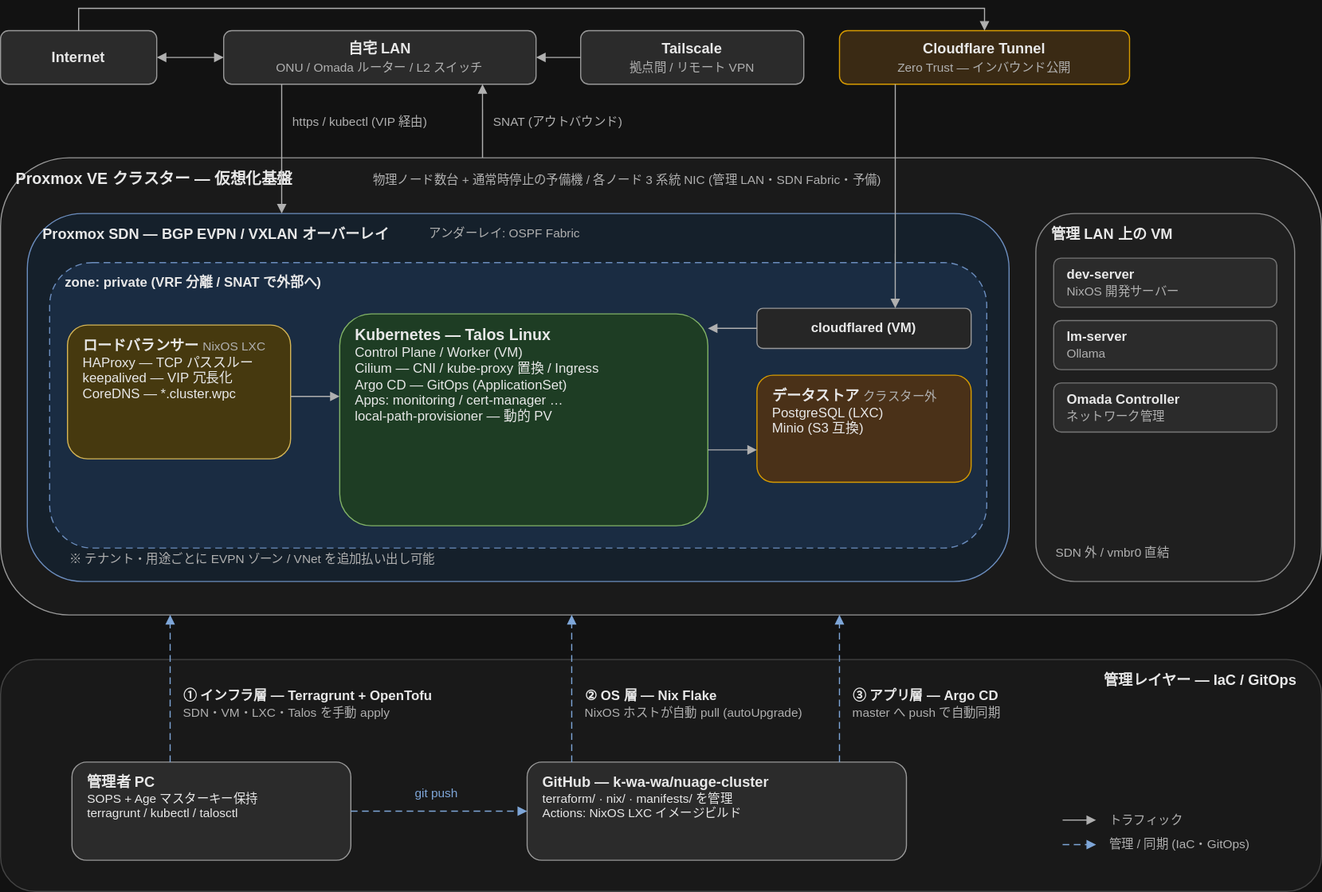
Earlier version of the draw.io export docs/architecture-overview.drawio.svg (k-wa-wa/nuage-cluster). Source tidied: cells renumbered, new cells last; positions are measured from the earlier drawing's top-left corner, leaving out a move shared by most shapes. Its diagram source:
```xml
<mxGraphModel background="#121212">
  <root>
    <mxCell id="0" />
    <mxCell id="1" parent="0" />
    <mxCell id="2" value="&lt;b&gt;Internet&lt;/b&gt;" style="rounded=1;whiteSpace=wrap;html=1;fillColor=#2b2b2b;strokeColor=#999999;fontColor=#e8e8e8;fontSize=13;" parent="1" vertex="1">
      <mxGeometry y="20" width="140" height="48" as="geometry" />
    </mxCell>
    <mxCell id="3" value="&lt;b&gt;自宅 LAN&lt;/b&gt;&lt;br&gt;&lt;font style=&quot;font-size:11px&quot; color=&quot;#b0b0b0&quot;&gt;ONU / Omada ルーター / L2 スイッチ&lt;/font&gt;" style="rounded=1;whiteSpace=wrap;html=1;fillColor=#2b2b2b;strokeColor=#999999;fontColor=#e8e8e8;fontSize=13;" parent="1" vertex="1">
      <mxGeometry x="200" y="20" width="280" height="48" as="geometry" />
    </mxCell>
    <mxCell id="4" value="&lt;b&gt;Tailscale&lt;/b&gt;&lt;br&gt;&lt;font style=&quot;font-size:11px&quot; color=&quot;#b0b0b0&quot;&gt;拠点間 / リモート VPN&lt;/font&gt;" style="rounded=1;whiteSpace=wrap;html=1;fillColor=#2b2b2b;strokeColor=#999999;fontColor=#e8e8e8;fontSize=13;" parent="1" vertex="1">
      <mxGeometry x="520" y="20" width="200" height="48" as="geometry" />
    </mxCell>
    <mxCell id="5" value="&lt;b&gt;Cloudflare Tunnel&lt;/b&gt;&lt;br&gt;&lt;font style=&quot;font-size:11px&quot; color=&quot;#b0b0b0&quot;&gt;Zero Trust — インバウンド公開&lt;/font&gt;" style="rounded=1;whiteSpace=wrap;html=1;fillColor=#3a2a14;strokeColor=#d79b00;fontColor=#e8e8e8;fontSize=13;" parent="1" vertex="1">
      <mxGeometry x="752" y="20" width="260" height="48" as="geometry" />
    </mxCell>
    <mxCell id="6" value="&lt;b&gt;Proxmox VE クラスター — 仮想化基盤&lt;/b&gt;" style="rounded=1;whiteSpace=wrap;html=1;fillColor=#1a1a1a;strokeColor=#999999;fontColor=#e8e8e8;fontSize=14;verticalAlign=top;align=left;spacingLeft=12;spacingTop=4;" parent="1" vertex="1">
      <mxGeometry y="134" width="1184" height="410" as="geometry" />
    </mxCell>
    <mxCell id="7" value="物理ノード数台 + 通常時停止の予備機 / 各ノード 3 系統 NIC (管理 LAN・SDN Fabric・予備)" style="text;html=1;strokeColor=none;fillColor=none;align=left;verticalAlign=middle;whiteSpace=wrap;fontColor=#b0b0b0;fontSize=11;" parent="1" vertex="1">
      <mxGeometry x="332" y="144" width="620" height="20" as="geometry" />
    </mxCell>
    <mxCell id="8" value="&lt;b&gt;Proxmox SDN — BGP EVPN / VXLAN オーバーレイ&lt;/b&gt;" style="rounded=1;whiteSpace=wrap;html=1;fillColor=#15202b;strokeColor=#6c8ebf;fontColor=#e8e8e8;fontSize=13;verticalAlign=top;align=left;spacingLeft=12;spacingTop=4;" parent="1" vertex="1">
      <mxGeometry x="24" y="184" width="880" height="330" as="geometry" />
    </mxCell>
    <mxCell id="9" value="アンダーレイ: OSPF Fabric" style="text;html=1;strokeColor=none;fillColor=none;align=left;verticalAlign=middle;whiteSpace=wrap;fontColor=#b0b0b0;fontSize=11;" parent="1" vertex="1">
      <mxGeometry x="382" y="192" width="250" height="20" as="geometry" />
    </mxCell>
    <mxCell id="10" value="&lt;b&gt;zone: private (VRF 分離 / SNAT で外部へ)&lt;/b&gt;" style="rounded=1;whiteSpace=wrap;html=1;fillColor=#1a2c42;strokeColor=#6c8ebf;fontColor=#e8e8e8;fontSize=12;verticalAlign=top;align=left;spacingLeft=12;spacingTop=4;dashed=1;dashPattern=6 4;" parent="1" vertex="1">
      <mxGeometry x="44" y="228" width="840" height="256" as="geometry" />
    </mxCell>
    <mxCell id="11" value="※ テナント・用途ごとに EVPN ゾーン / VNet を追加払い出し可能" style="text;html=1;strokeColor=none;fillColor=none;align=left;verticalAlign=middle;whiteSpace=wrap;fontColor=#b0b0b0;fontSize=11;" parent="1" vertex="1">
      <mxGeometry x="60" y="484" width="520" height="20" as="geometry" />
    </mxCell>
    <mxCell id="12" value="&lt;font style=&quot;font-size:13px&quot;&gt;&lt;b&gt;ロードバランサー&lt;/b&gt;&lt;/font&gt; &lt;font style=&quot;font-size:11px&quot; color=&quot;#b0b0b0&quot;&gt;NixOS LXC&lt;/font&gt;&lt;br&gt;HAProxy — TCP パススルー&lt;br&gt;keepalived — VIP 冗長化&lt;br&gt;CoreDNS — *.cluster.wpc" style="rounded=1;whiteSpace=wrap;html=1;fillColor=#46390f;strokeColor=#d6b656;fontColor=#e8e8e8;fontSize=12;verticalAlign=top;align=left;spacingLeft=12;spacingTop=4;" parent="1" vertex="1">
      <mxGeometry x="60" y="284" width="200" height="120" as="geometry" />
    </mxCell>
    <mxCell id="13" value="&lt;font style=&quot;font-size:14px&quot;&gt;&lt;b&gt;Kubernetes — Talos Linux&lt;/b&gt;&lt;/font&gt;&lt;br&gt;Control Plane / Worker (VM)&lt;br&gt;Cilium — CNI / kube-proxy 置換 / Ingress&lt;br&gt;Argo CD — GitOps (ApplicationSet)&lt;br&gt;Apps: monitoring / cert-manager …&lt;br&gt;local-path-provisioner — 動的 PV" style="rounded=1;whiteSpace=wrap;html=1;fillColor=#1e3d24;strokeColor=#82b366;fontColor=#e8e8e8;fontSize=12;verticalAlign=top;align=left;spacingLeft=12;spacingTop=4;" parent="1" vertex="1">
      <mxGeometry x="304" y="274" width="330" height="190" as="geometry" />
    </mxCell>
    <mxCell id="14" value="&lt;b&gt;cloudflared (VM)&lt;/b&gt;" style="rounded=1;whiteSpace=wrap;html=1;fillColor=#262626;strokeColor=#999999;fontColor=#e8e8e8;fontSize=12;" parent="1" vertex="1">
      <mxGeometry x="678" y="269" width="192" height="36" as="geometry" />
    </mxCell>
    <mxCell id="15" value="&lt;font style=&quot;font-size:13px&quot;&gt;&lt;b&gt;データストア&lt;/b&gt;&lt;/font&gt; &lt;font style=&quot;font-size:11px&quot; color=&quot;#b0b0b0&quot;&gt;クラスター外&lt;/font&gt;&lt;br&gt;PostgreSQL (LXC)&lt;br&gt;Minio (S3 互換)" style="rounded=1;whiteSpace=wrap;html=1;fillColor=#4a3118;strokeColor=#d79b00;fontColor=#e8e8e8;fontSize=12;verticalAlign=top;align=left;spacingLeft=12;spacingTop=4;" parent="1" vertex="1">
      <mxGeometry x="678" y="329" width="192" height="96" as="geometry" />
    </mxCell>
    <mxCell id="16" value="&lt;b&gt;管理 LAN 上の VM&lt;/b&gt;" style="rounded=1;whiteSpace=wrap;html=1;fillColor=#1f1f1f;strokeColor=#888888;fontColor=#e8e8e8;fontSize=13;verticalAlign=top;align=left;spacingLeft=12;spacingTop=4;" parent="1" vertex="1">
      <mxGeometry x="928" y="184" width="232" height="330" as="geometry" />
    </mxCell>
    <mxCell id="17" value="&lt;b&gt;dev-server&lt;/b&gt;&lt;br&gt;&lt;font style=&quot;font-size:11px&quot; color=&quot;#b0b0b0&quot;&gt;NixOS 開発サーバー&lt;/font&gt;" style="rounded=1;whiteSpace=wrap;html=1;fillColor=#2b2b2b;strokeColor=#777777;fontColor=#e8e8e8;fontSize=12;align=left;spacingLeft=10;" parent="1" vertex="1">
      <mxGeometry x="944" y="224" width="200" height="44" as="geometry" />
    </mxCell>
    <mxCell id="18" value="&lt;b&gt;lm-server&lt;/b&gt;&lt;br&gt;&lt;font style=&quot;font-size:11px&quot; color=&quot;#b0b0b0&quot;&gt;Ollama&lt;/font&gt;" style="rounded=1;whiteSpace=wrap;html=1;fillColor=#2b2b2b;strokeColor=#777777;fontColor=#e8e8e8;fontSize=12;align=left;spacingLeft=10;" parent="1" vertex="1">
      <mxGeometry x="944" y="280" width="200" height="44" as="geometry" />
    </mxCell>
    <mxCell id="19" value="&lt;b&gt;Omada Controller&lt;/b&gt;&lt;br&gt;&lt;font style=&quot;font-size:11px&quot; color=&quot;#b0b0b0&quot;&gt;ネットワーク管理&lt;/font&gt;" style="rounded=1;whiteSpace=wrap;html=1;fillColor=#2b2b2b;strokeColor=#777777;fontColor=#e8e8e8;fontSize=12;align=left;spacingLeft=10;" parent="1" vertex="1">
      <mxGeometry x="944" y="336" width="200" height="44" as="geometry" />
    </mxCell>
    <mxCell id="20" value="SDN 外 / vmbr0 直結" style="text;html=1;strokeColor=none;fillColor=none;align=left;verticalAlign=middle;whiteSpace=wrap;fontColor=#b0b0b0;fontSize=11;" parent="1" vertex="1">
      <mxGeometry x="944" y="478" width="180" height="20" as="geometry" />
    </mxCell>
    <mxCell id="21" value="&lt;b&gt;管理レイヤー — IaC / GitOps&lt;/b&gt;" style="rounded=1;whiteSpace=wrap;html=1;fillColor=#191919;strokeColor=#444444;fontColor=#e8e8e8;fontSize=13;verticalAlign=top;align=right;spacingRight=20;spacingTop=4;" parent="1" vertex="1">
      <mxGeometry y="584" width="1184" height="208" as="geometry" />
    </mxCell>
    <mxCell id="22" value="&lt;b&gt;&lt;font color=&quot;#e8e8e8&quot;&gt;① インフラ層 — Terragrunt + OpenTofu&lt;/font&gt;&lt;/b&gt;&lt;br&gt;&lt;font style=&quot;font-size:11px&quot; color=&quot;#b0b0b0&quot;&gt;SDN・VM・LXC・Talos を手動 apply&lt;/font&gt;" style="text;html=1;strokeColor=none;fillColor=none;align=left;verticalAlign=middle;whiteSpace=wrap;fontColor=#b0b0b0;fontSize=12;" parent="1" vertex="1">
      <mxGeometry x="162" y="602" width="320" height="44" as="geometry" />
    </mxCell>
    <mxCell id="23" value="&lt;b&gt;&lt;font color=&quot;#e8e8e8&quot;&gt;② OS 層 — Nix Flake&lt;/font&gt;&lt;/b&gt;&lt;br&gt;&lt;font style=&quot;font-size:11px&quot; color=&quot;#b0b0b0&quot;&gt;NixOS ホストが自動 pull (autoUpgrade)&lt;/font&gt;" style="text;html=1;strokeColor=none;fillColor=none;align=left;verticalAlign=middle;whiteSpace=wrap;fontColor=#b0b0b0;fontSize=12;" parent="1" vertex="1">
      <mxGeometry x="522" y="602" width="290" height="44" as="geometry" />
    </mxCell>
    <mxCell id="24" value="&lt;b&gt;&lt;font color=&quot;#e8e8e8&quot;&gt;③ アプリ層 — Argo CD&lt;/font&gt;&lt;/b&gt;&lt;br&gt;&lt;font style=&quot;font-size:11px&quot; color=&quot;#b0b0b0&quot;&gt;master へ push で自動同期&lt;/font&gt;" style="text;html=1;strokeColor=none;fillColor=none;align=left;verticalAlign=middle;whiteSpace=wrap;fontColor=#b0b0b0;fontSize=12;" parent="1" vertex="1">
      <mxGeometry x="762" y="602" width="260" height="44" as="geometry" />
    </mxCell>
    <mxCell id="25" value="&lt;font style=&quot;font-size:13px&quot;&gt;&lt;b&gt;管理者 PC&lt;/b&gt;&lt;/font&gt;&lt;br&gt;SOPS + Age マスターキー保持&lt;br&gt;terragrunt / kubectl / talosctl" style="rounded=1;whiteSpace=wrap;html=1;fillColor=#2b2b2b;strokeColor=#999999;fontColor=#e8e8e8;fontSize=11;verticalAlign=top;align=left;spacingLeft=12;spacingTop=4;" parent="1" vertex="1">
      <mxGeometry x="64" y="676" width="250" height="88" as="geometry" />
    </mxCell>
    <mxCell id="26" value="&lt;font style=&quot;font-size:13px&quot;&gt;&lt;b&gt;GitHub — k-wa-wa/nuage-cluster&lt;/b&gt;&lt;/font&gt;&lt;br&gt;terraform/ · nix/ · manifests/ を管理&lt;br&gt;Actions: NixOS LXC イメージビルド" style="rounded=1;whiteSpace=wrap;html=1;fillColor=#2b2b2b;strokeColor=#999999;fontColor=#e8e8e8;fontSize=11;verticalAlign=top;align=left;spacingLeft=12;spacingTop=4;" parent="1" vertex="1">
      <mxGeometry x="472" y="676" width="340" height="88" as="geometry" />
    </mxCell>
    <mxCell id="27" value="git push" style="text;html=1;strokeColor=none;fillColor=none;align=center;verticalAlign=middle;whiteSpace=wrap;fontColor=#7ea6d8;fontSize=11;" parent="1" vertex="1">
      <mxGeometry x="351" y="696" width="80" height="16" as="geometry" />
    </mxCell>
    <mxCell id="28" style="edgeStyle=orthogonalEdgeStyle;rounded=0;html=1;strokeColor=#b0b0b0;endArrow=block;endFill=1;startArrow=block;startFill=1;exitX=1;exitY=0.5;exitDx=0;exitDy=0;entryX=0;entryY=0.5;entryDx=0;entryDy=0;" parent="1" edge="1" source="2" target="3">
      <mxGeometry relative="1" as="geometry" />
    </mxCell>
    <mxCell id="29" style="edgeStyle=orthogonalEdgeStyle;rounded=0;html=1;strokeColor=#b0b0b0;endArrow=block;endFill=1;exitX=0;exitY=0.5;exitDx=0;exitDy=0;entryX=1;entryY=0.5;entryDx=0;entryDy=0;" parent="1" edge="1" source="4" target="3">
      <mxGeometry relative="1" as="geometry" />
    </mxCell>
    <mxCell id="30" style="edgeStyle=orthogonalEdgeStyle;rounded=0;html=1;strokeColor=#b0b0b0;endArrow=block;endFill=1;exitX=0.5;exitY=0;exitDx=0;exitDy=0;entryX=0.5;entryY=0;entryDx=0;entryDy=0;" parent="1" edge="1" source="2" target="5">
      <mxGeometry relative="1" as="geometry">
        <Array as="points">
          <mxPoint x="70" />
          <mxPoint x="882" />
        </Array>
      </mxGeometry>
    </mxCell>
    <mxCell id="31" style="edgeStyle=orthogonalEdgeStyle;rounded=0;html=1;strokeColor=#b0b0b0;endArrow=block;endFill=1;exitX=0.1857;exitY=1;exitDx=0;exitDy=0;entryX=0.2591;entryY=0;entryDx=0;entryDy=0;" parent="1" edge="1" source="3" target="8">
      <mxGeometry relative="1" as="geometry" />
    </mxCell>
    <mxCell id="32" value="https / kubectl (VIP 経由)" style="text;html=1;strokeColor=none;fillColor=none;align=left;verticalAlign=middle;whiteSpace=wrap;fontColor=#b0b0b0;fontSize=11;" parent="1" vertex="1">
      <mxGeometry x="260" y="92" width="200" height="20" as="geometry" />
    </mxCell>
    <mxCell id="33" style="edgeStyle=orthogonalEdgeStyle;rounded=0;html=1;strokeColor=#b0b0b0;endArrow=block;endFill=1;exitX=0.3649;exitY=0;exitDx=0;exitDy=0;entryX=0.8286;entryY=1;entryDx=0;entryDy=0;" parent="1" edge="1" source="6" target="3">
      <mxGeometry relative="1" as="geometry" />
    </mxCell>
    <mxCell id="34" value="SNAT (アウトバウンド)" style="text;html=1;strokeColor=none;fillColor=none;align=left;verticalAlign=middle;whiteSpace=wrap;fontColor=#b0b0b0;fontSize=11;" parent="1" vertex="1">
      <mxGeometry x="440" y="92" width="180" height="20" as="geometry" />
    </mxCell>
    <mxCell id="35" style="edgeStyle=orthogonalEdgeStyle;rounded=0;html=1;strokeColor=#b0b0b0;endArrow=block;endFill=1;exitX=0.1923;exitY=1;exitDx=0;exitDy=0;entryX=0.6458;entryY=0;entryDx=0;entryDy=0;" parent="1" edge="1" source="5" target="14">
      <mxGeometry relative="1" as="geometry" />
    </mxCell>
    <mxCell id="36" style="edgeStyle=orthogonalEdgeStyle;rounded=0;html=1;strokeColor=#b0b0b0;endArrow=block;endFill=1;exitX=1;exitY=0.5333;exitDx=0;exitDy=0;entryX=0;entryY=0.3895;entryDx=0;entryDy=0;" parent="1" edge="1" source="12" target="13">
      <mxGeometry relative="1" as="geometry" />
    </mxCell>
    <mxCell id="37" style="edgeStyle=orthogonalEdgeStyle;rounded=0;html=1;strokeColor=#b0b0b0;endArrow=block;endFill=1;exitX=1;exitY=0.6421;exitDx=0;exitDy=0;entryX=0;entryY=0.6979;entryDx=0;entryDy=0;" parent="1" edge="1" source="13" target="15">
      <mxGeometry relative="1" as="geometry" />
    </mxCell>
    <mxCell id="38" style="edgeStyle=orthogonalEdgeStyle;rounded=0;html=1;strokeColor=#b0b0b0;endArrow=block;endFill=1;exitX=0;exitY=0.5;exitDx=0;exitDy=0;entryX=1;entryY=0.0684;entryDx=0;entryDy=0;" parent="1" edge="1" source="14" target="13">
      <mxGeometry relative="1" as="geometry" />
    </mxCell>
    <mxCell id="39" style="edgeStyle=orthogonalEdgeStyle;rounded=0;html=1;strokeColor=#7ea6d8;endArrow=block;endFill=1;dashed=1;dashPattern=6 4;exitX=0.352;exitY=0;exitDx=0;exitDy=0;entryX=0.1284;entryY=1;entryDx=0;entryDy=0;" parent="1" edge="1" source="25" target="6">
      <mxGeometry relative="1" as="geometry" />
    </mxCell>
    <mxCell id="40" style="edgeStyle=orthogonalEdgeStyle;rounded=0;html=1;strokeColor=#7ea6d8;endArrow=block;endFill=1;dashed=1;dashPattern=6 4;exitX=0.1176;exitY=0;exitDx=0;exitDy=0;entryX=0.4324;entryY=1;entryDx=0;entryDy=0;" parent="1" edge="1" source="26" target="6">
      <mxGeometry relative="1" as="geometry" />
    </mxCell>
    <mxCell id="41" style="edgeStyle=orthogonalEdgeStyle;rounded=0;html=1;strokeColor=#7ea6d8;endArrow=block;endFill=1;dashed=1;dashPattern=6 4;exitX=0.8235;exitY=0;exitDx=0;exitDy=0;entryX=0.6351;entryY=1;entryDx=0;entryDy=0;" parent="1" edge="1" source="26" target="6">
      <mxGeometry relative="1" as="geometry" />
    </mxCell>
    <mxCell id="42" style="edgeStyle=orthogonalEdgeStyle;rounded=0;html=1;strokeColor=#7ea6d8;endArrow=block;endFill=1;dashed=1;dashPattern=6 4;exitX=1;exitY=0.5;exitDx=0;exitDy=0;entryX=0;entryY=0.5;entryDx=0;entryDy=0;" parent="1" edge="1" source="25" target="26">
      <mxGeometry relative="1" as="geometry" />
    </mxCell>
    <mxCell id="43" style="edgeStyle=orthogonalEdgeStyle;rounded=0;html=1;strokeColor=#b0b0b0;endArrow=block;endFill=1;" parent="1" edge="1">
      <mxGeometry relative="1" as="geometry">
        <mxPoint x="952" y="728" as="sourcePoint" />
        <mxPoint x="982" y="728" as="targetPoint" />
      </mxGeometry>
    </mxCell>
    <mxCell id="44" value="トラフィック" style="text;html=1;strokeColor=none;fillColor=none;align=left;verticalAlign=middle;whiteSpace=wrap;fontColor=#b0b0b0;fontSize=11;" parent="1" vertex="1">
      <mxGeometry x="992" y="720" width="150" height="16" as="geometry" />
    </mxCell>
    <mxCell id="45" style="edgeStyle=orthogonalEdgeStyle;rounded=0;html=1;strokeColor=#7ea6d8;endArrow=block;endFill=1;dashed=1;dashPattern=6 4;" parent="1" edge="1">
      <mxGeometry relative="1" as="geometry">
        <mxPoint x="952" y="750" as="sourcePoint" />
        <mxPoint x="982" y="750" as="targetPoint" />
      </mxGeometry>
    </mxCell>
    <mxCell id="46" value="管理 / 同期 (IaC・GitOps)" style="text;html=1;strokeColor=none;fillColor=none;align=left;verticalAlign=middle;whiteSpace=wrap;fontColor=#b0b0b0;fontSize=11;" parent="1" vertex="1">
      <mxGeometry x="992" y="742" width="180" height="16" as="geometry" />
    </mxCell>
  </root>
</mxGraphModel>
```
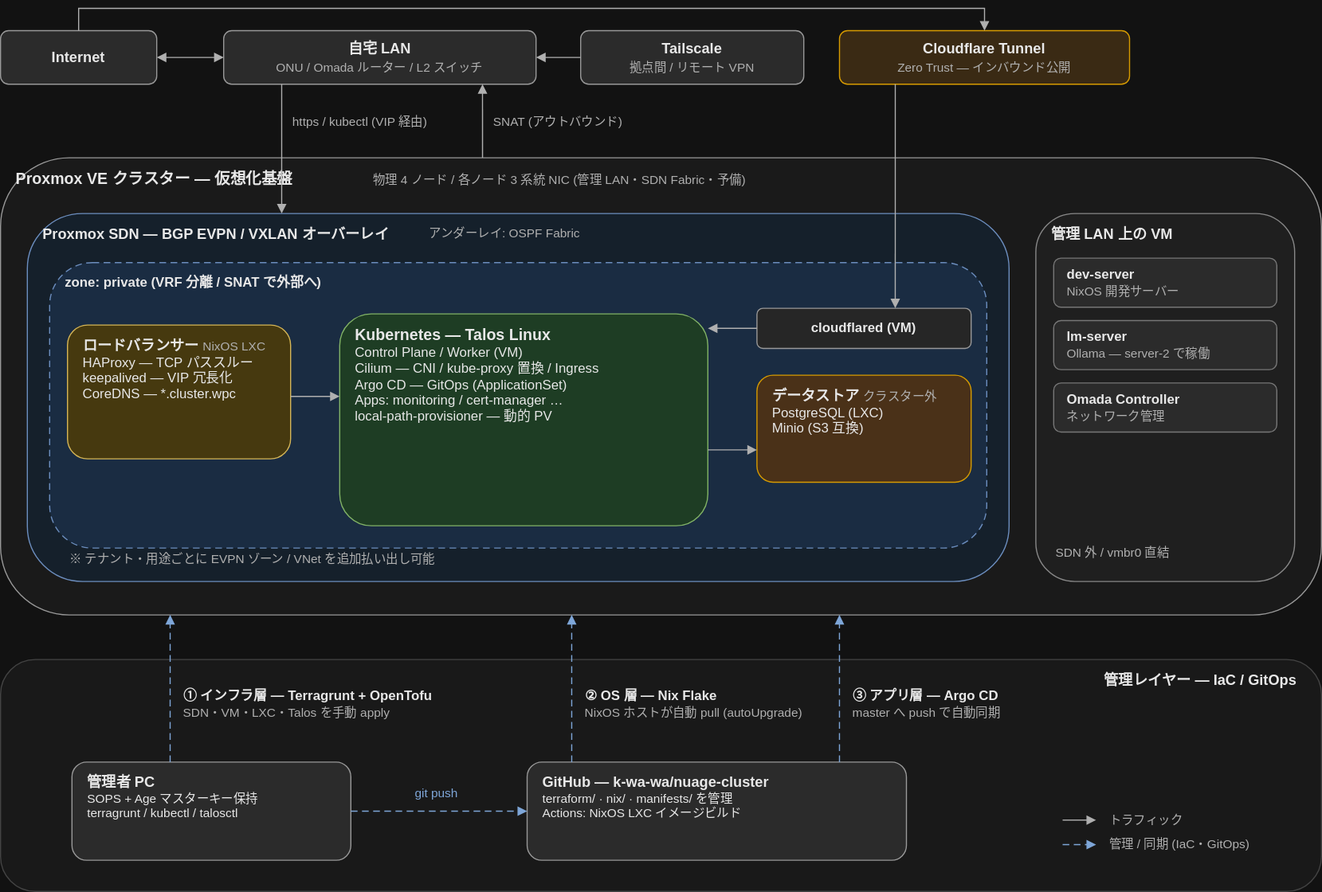
The same diagram one commit later.

Commit message:
docs: server-2を常時稼働に変更した旨更新

What changed in the source:
```diff
@@ -17,7 +17,7 @@
     <mxCell id="6" value="&lt;b&gt;Proxmox VE クラスター — 仮想化基盤&lt;/b&gt;" style="rounded=1;whiteSpace=wrap;html=1;fillColor=#1a1a1a;strokeColor=#999999;fontColor=#e8e8e8;fontSize=14;verticalAlign=top;align=left;spacingLeft=12;spacingTop=4;" parent="1" vertex="1">
       <mxGeometry y="134" width="1184" height="410" as="geometry" />
     </mxCell>
-    <mxCell id="7" value="物理ノード数台 + 通常時停止の予備機 / 各ノード 3 系統 NIC (管理 LAN・SDN Fabric・予備)" style="text;html=1;strokeColor=none;fillColor=none;align=left;verticalAlign=middle;whiteSpace=wrap;fontColor=#b0b0b0;fontSize=11;" parent="1" vertex="1">
+    <mxCell id="7" value="物理 4 ノード / 各ノード 3 系統 NIC (管理 LAN・SDN Fabric・予備)" style="text;html=1;strokeColor=none;fillColor=none;align=left;verticalAlign=middle;whiteSpace=wrap;fontColor=#b0b0b0;fontSize=11;" parent="1" vertex="1">
       <mxGeometry x="332" y="144" width="620" height="20" as="geometry" />
     </mxCell>
     <mxCell id="8" value="&lt;b&gt;Proxmox SDN — BGP EVPN / VXLAN オーバーレイ&lt;/b&gt;" style="rounded=1;whiteSpace=wrap;html=1;fillColor=#15202b;strokeColor=#6c8ebf;fontColor=#e8e8e8;fontSize=13;verticalAlign=top;align=left;spacingLeft=12;spacingTop=4;" parent="1" vertex="1">
@@ -50,7 +50,7 @@
     <mxCell id="17" value="&lt;b&gt;dev-server&lt;/b&gt;&lt;br&gt;&lt;font style=&quot;font-size:11px&quot; color=&quot;#b0b0b0&quot;&gt;NixOS 開発サーバー&lt;/font&gt;" style="rounded=1;whiteSpace=wrap;html=1;fillColor=#2b2b2b;strokeColor=#777777;fontColor=#e8e8e8;fontSize=12;align=left;spacingLeft=10;" parent="1" vertex="1">
       <mxGeometry x="944" y="224" width="200" height="44" as="geometry" />
     </mxCell>
-    <mxCell id="18" value="&lt;b&gt;lm-server&lt;/b&gt;&lt;br&gt;&lt;font style=&quot;font-size:11px&quot; color=&quot;#b0b0b0&quot;&gt;Ollama&lt;/font&gt;" style="rounded=1;whiteSpace=wrap;html=1;fillColor=#2b2b2b;strokeColor=#777777;fontColor=#e8e8e8;fontSize=12;align=left;spacingLeft=10;" parent="1" vertex="1">
+    <mxCell id="18" value="&lt;b&gt;lm-server&lt;/b&gt;&lt;br&gt;&lt;font style=&quot;font-size:11px&quot; color=&quot;#b0b0b0&quot;&gt;Ollama — server-2 で稼働&lt;/font&gt;" style="rounded=1;whiteSpace=wrap;html=1;fillColor=#2b2b2b;strokeColor=#777777;fontColor=#e8e8e8;fontSize=12;align=left;spacingLeft=10;" parent="1" vertex="1">
       <mxGeometry x="944" y="280" width="200" height="44" as="geometry" />
     </mxCell>
     <mxCell id="19" value="&lt;b&gt;Omada Controller&lt;/b&gt;&lt;br&gt;&lt;font style=&quot;font-size:11px&quot; color=&quot;#b0b0b0&quot;&gt;ネットワーク管理&lt;/font&gt;" style="rounded=1;whiteSpace=wrap;html=1;fillColor=#2b2b2b;strokeColor=#777777;fontColor=#e8e8e8;fontSize=12;align=left;spacingLeft=10;" parent="1" vertex="1">
```
